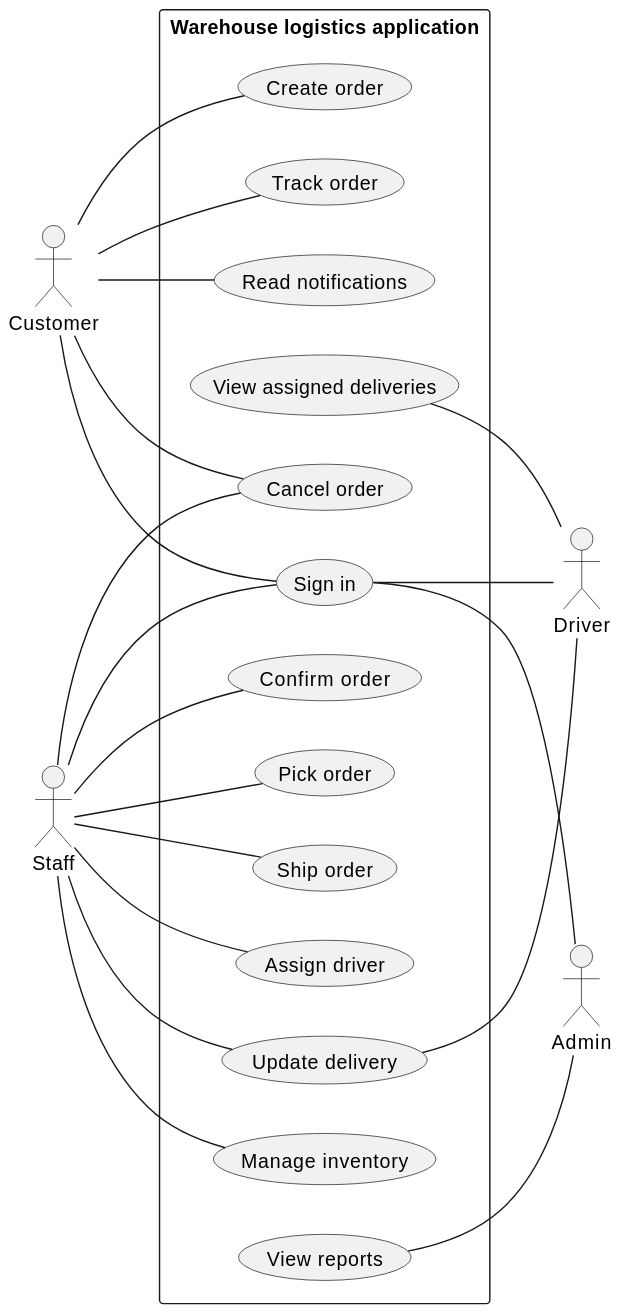
Before: logistics-foundation/docs/closure/usecase.svg, a diagram exported from PlantUML (Et1enneee/comp3500-logistics).
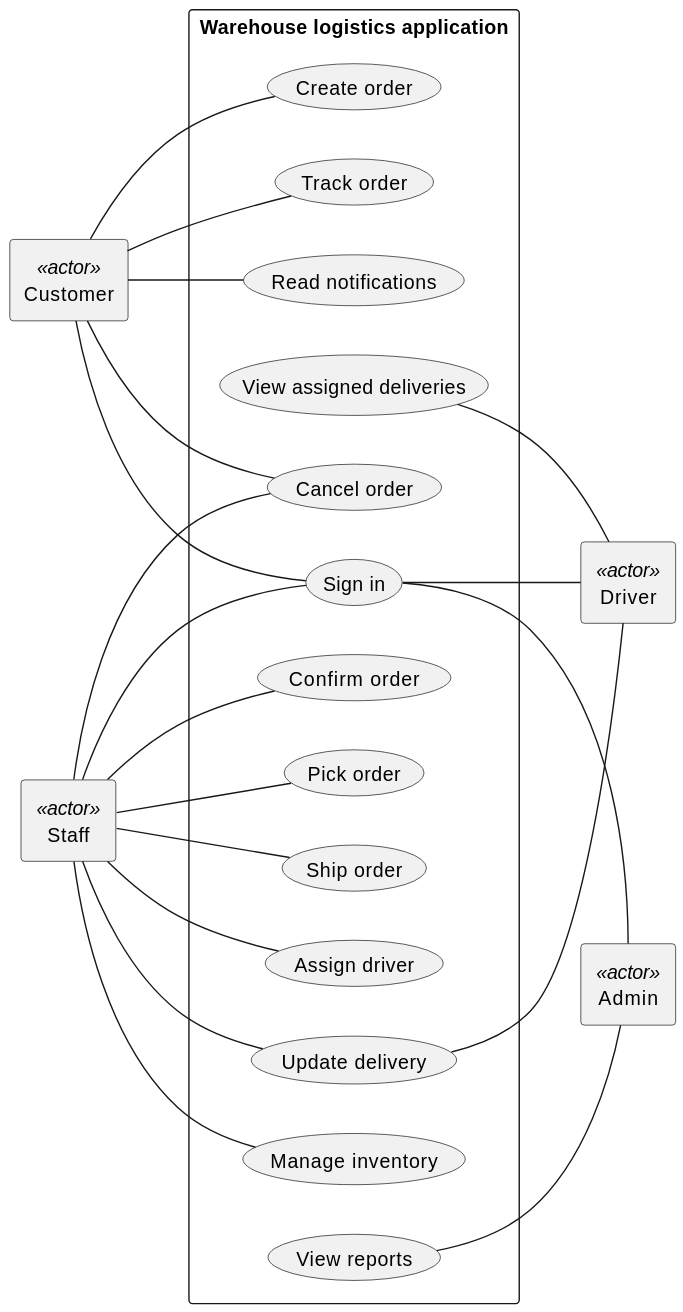
After the change.

Commit message:
docs: rebuild diagram sources and compliance matrix

Diff of the diagram source:
```diff
@@ -2,10 +2,10 @@
 left to right direction
 skinparam backgroundColor #FFFFFF
 skinparam shadowing false
-actor Customer as C
-actor Staff as S
-actor Driver as D
-actor Admin as A
+rectangle "Customer" as C <<actor>>
+rectangle "Staff" as S <<actor>>
+rectangle "Driver" as D <<actor>>
+rectangle "Admin" as A <<actor>>
 rectangle "Warehouse logistics application" {
   usecase "Sign in" as LOGIN
   usecase "Create order" as CREATE
```
